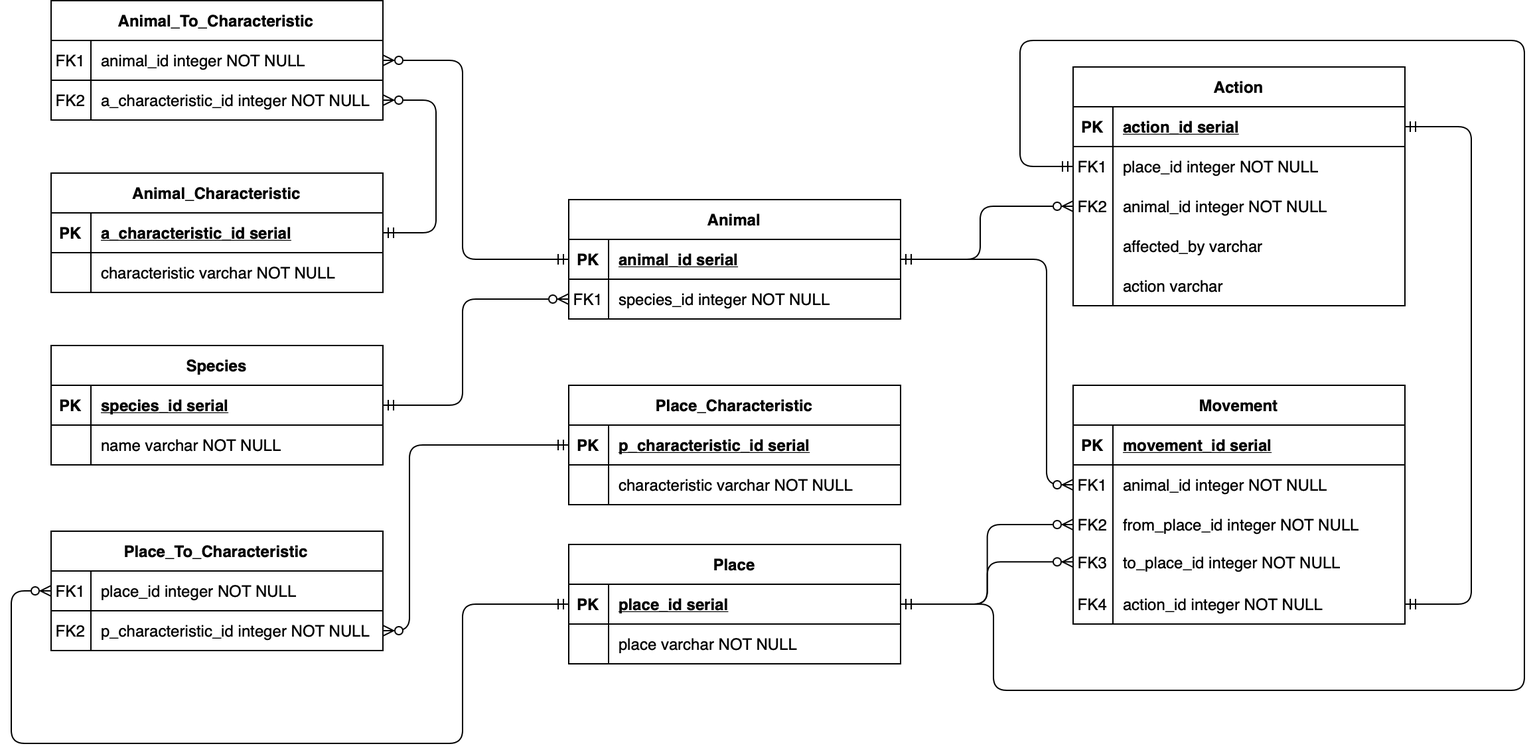
Earlier version of the draw.io export lab1/Lab1-ER-Diagram.png (Punctuality/Information_Systems_And_Databases_ITMO_2020). Source tidied: cells renumbered, new cells last; positions are measured from the earlier drawing's top-left corner, leaving out a move shared by most shapes.
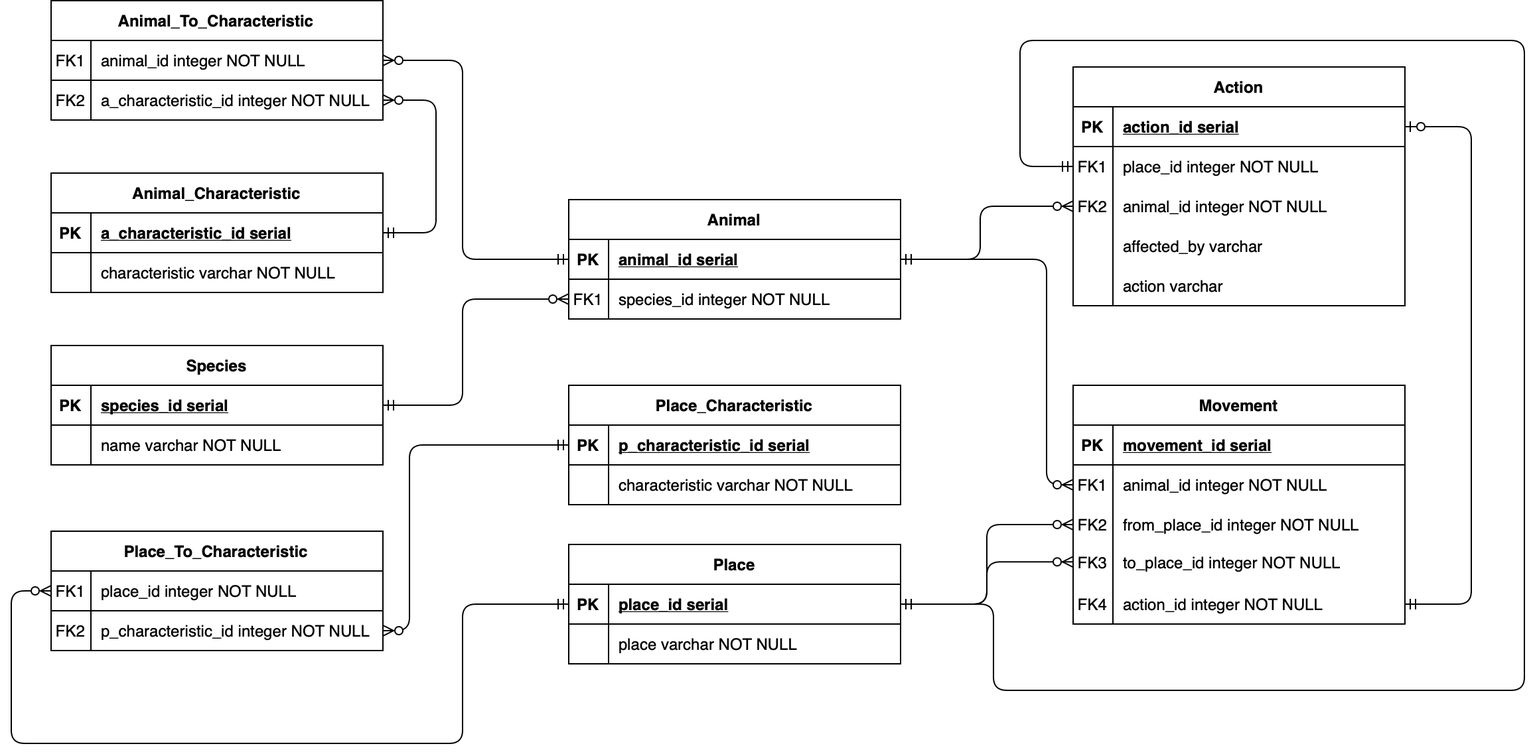
After the change.

The edit, as a diff of the source:
```diff
@@ -263,7 +263,7 @@
     <mxCell id="79" value="affected_by varchar" style="shape=partialRectangle;overflow=hidden;fillColor=none;top=0;left=0;bottom=0;right=0;align=left;spacingLeft=6;" parent="1" vertex="1">
       <mxGeometry x="830" y="170" width="220" height="30" as="geometry" />
     </mxCell>
-    <mxCell id="80" style="edgeStyle=elbowEdgeStyle;endArrow=ERmandOne;startArrow=ERmandOne;endFill=0;startFill=0;exitX=1;exitY=0.5;exitDx=0;exitDy=0;entryX=1;entryY=0.5;entryDx=0;entryDy=0;" parent="1" edge="1" source="70" target="32">
+    <mxCell id="80" style="edgeStyle=elbowEdgeStyle;endArrow=ERmandOne;startArrow=ERzeroToOne;endFill=0;startFill=1;exitX=1;exitY=0.5;exitDx=0;exitDy=0;entryX=1;entryY=0.5;entryDx=0;entryDy=0;" parent="1" edge="1" source="70" target="32">
       <mxGeometry relative="1" as="geometry">
         <Array as="points">
           <mxPoint x="1100" y="280" />
```
